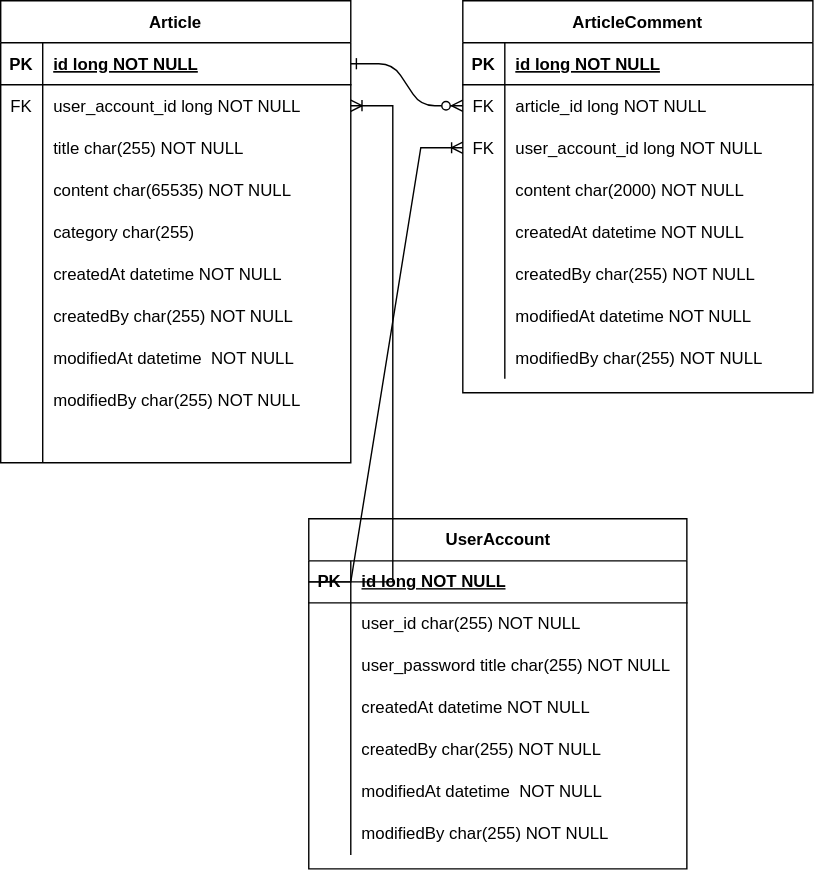
The draw.io diagram document/erd.svg in ksw13/bootmoa, before a commit. Source tidied: cells renumbered, new cells last; positions are measured from the earlier drawing's top-left corner, leaving out a move shared by most shapes.
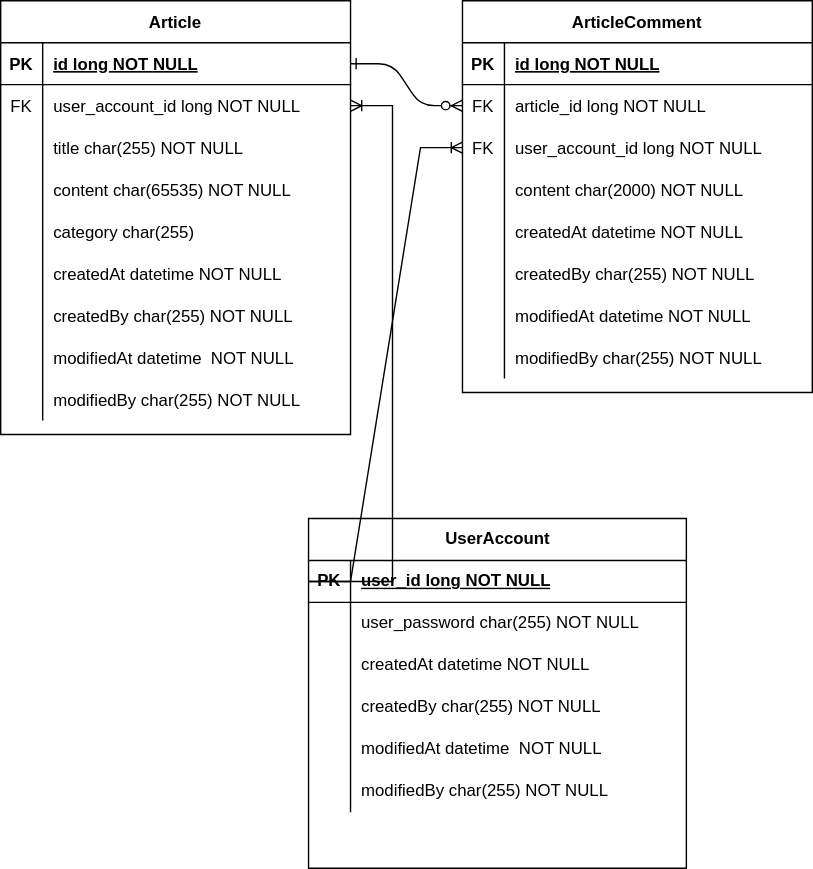
After the commit.

Change to the diagram source:
```diff
@@ -81,7 +81,7 @@
       <mxGeometry x="30" width="220" height="30" as="geometry" />
     </mxCell>
     <mxCell id="28" value="Article" style="shape=table;startSize=30;rowLines=0;fontStyle=1;align=center;" parent="1" vertex="1">
-      <mxGeometry width="250" height="330" as="geometry" />
+      <mxGeometry width="250" height="310" as="geometry" />
     </mxCell>
     <mxCell id="29" style="shape=partialRectangle;fillColor=none;points=[[0,0.5],[1,0.5]];portConstraint=eastwest;top=0;left=0;right=0;bottom=1;" parent="28" vertex="1">
       <mxGeometry y="30" width="250" height="30" as="geometry" />
@@ -164,15 +164,6 @@
     <mxCell id="55" value="modifiedBy char(255) NOT NULL" style="shape=partialRectangle;overflow=hidden;fillColor=none;top=0;left=0;bottom=0;right=0;align=left;spacingLeft=6;" parent="53" vertex="1">
       <mxGeometry x="30" width="220" height="30" as="geometry" />
     </mxCell>
-    <mxCell id="56" style="shape=partialRectangle;fillColor=none;top=0;left=0;right=0;bottom=0;" parent="28" vertex="1">
-      <mxGeometry y="300" width="250" height="30" as="geometry" />
-    </mxCell>
-    <mxCell id="57" style="shape=partialRectangle;overflow=hidden;fillColor=none;top=0;left=0;bottom=0;right=0;" parent="56" vertex="1">
-      <mxGeometry width="30" height="30" as="geometry" />
-    </mxCell>
-    <mxCell id="58" style="shape=partialRectangle;overflow=hidden;fillColor=none;top=0;left=0;bottom=0;right=0;align=left;spacingLeft=6;" parent="56" vertex="1">
-      <mxGeometry x="30" width="220" height="30" as="geometry" />
-    </mxCell>
     <mxCell id="59" value="UserAccount" style="shape=table;startSize=30;rowLines=0;fontStyle=1;align=center;html=1;" parent="1" vertex="1">
       <mxGeometry x="220" y="370" width="270" height="250" as="geometry" />
     </mxCell>
@@ -182,29 +173,20 @@
     <mxCell id="61" value="PK" style="shape=partialRectangle;fillColor=none;top=0;left=0;bottom=0;right=0;fontStyle=1;overflow=hidden;whiteSpace=wrap;html=1;" parent="60" vertex="1">
       <mxGeometry width="30" height="30" as="geometry" />
     </mxCell>
-    <mxCell id="62" value="id long NOT NULL" style="shape=partialRectangle;fillColor=none;top=0;left=0;bottom=0;right=0;align=left;spacingLeft=6;fontStyle=5;overflow=hidden;whiteSpace=wrap;html=1;" parent="60" vertex="1">
+    <mxCell id="62" value="user_id long NOT NULL" style="shape=partialRectangle;fillColor=none;top=0;left=0;bottom=0;right=0;align=left;spacingLeft=6;fontStyle=5;overflow=hidden;whiteSpace=wrap;html=1;" parent="60" vertex="1">
       <mxGeometry x="30" width="240" height="30" as="geometry" />
     </mxCell>
-    <mxCell id="63" style="shape=tableRow;horizontal=0;startSize=0;swimlaneHead=0;swimlaneBody=0;fillColor=none;top=0;left=0;right=0;bottom=0;" parent="59" vertex="1">
-      <mxGeometry y="60" width="270" height="30" as="geometry" />
-    </mxCell>
-    <mxCell id="64" style="shape=partialRectangle;fillColor=none;top=0;left=0;bottom=0;right=0;overflow=hidden;whiteSpace=wrap;html=1;" parent="63" vertex="1">
-      <mxGeometry width="30" height="30" as="geometry" />
-    </mxCell>
-    <mxCell id="65" value="user_id char(255) NOT NULL" style="shape=partialRectangle;fillColor=none;top=0;left=0;bottom=0;right=0;align=left;spacingLeft=6;overflow=hidden;whiteSpace=wrap;html=1;" parent="63" vertex="1">
-      <mxGeometry x="30" width="240" height="30" as="geometry" />
-    </mxCell>
     <mxCell id="66" style="shape=tableRow;horizontal=0;startSize=0;swimlaneHead=0;swimlaneBody=0;fillColor=none;top=0;left=0;right=0;bottom=0;" parent="59" vertex="1">
-      <mxGeometry y="90" width="270" height="30" as="geometry" />
+      <mxGeometry y="60" width="270" height="30" as="geometry" />
     </mxCell>
     <mxCell id="67" style="shape=partialRectangle;fillColor=none;top=0;left=0;bottom=0;right=0;overflow=hidden;whiteSpace=wrap;html=1;" parent="66" vertex="1">
       <mxGeometry width="30" height="30" as="geometry" />
     </mxCell>
-    <mxCell id="68" value="user_password&amp;nbsp;title char(255) NOT NULL" style="shape=partialRectangle;fillColor=none;top=0;left=0;bottom=0;right=0;align=left;spacingLeft=6;overflow=hidden;whiteSpace=wrap;html=1;" parent="66" vertex="1">
+    <mxCell id="68" value="user_password char(255) NOT NULL" style="shape=partialRectangle;fillColor=none;top=0;left=0;bottom=0;right=0;align=left;spacingLeft=6;overflow=hidden;whiteSpace=wrap;html=1;" parent="66" vertex="1">
       <mxGeometry x="30" width="240" height="30" as="geometry" />
     </mxCell>
     <mxCell id="69" style="shape=tableRow;horizontal=0;startSize=0;swimlaneHead=0;swimlaneBody=0;fillColor=none;top=0;left=0;right=0;bottom=0;" parent="59" vertex="1">
-      <mxGeometry y="120" width="270" height="30" as="geometry" />
+      <mxGeometry y="90" width="270" height="30" as="geometry" />
     </mxCell>
     <mxCell id="70" style="shape=partialRectangle;fillColor=none;top=0;left=0;bottom=0;right=0;overflow=hidden;whiteSpace=wrap;html=1;" parent="69" vertex="1">
       <mxGeometry width="30" height="30" as="geometry" />
@@ -213,7 +195,7 @@
       <mxGeometry x="30" width="240" height="30" as="geometry" />
     </mxCell>
     <mxCell id="72" style="shape=tableRow;horizontal=0;startSize=0;swimlaneHead=0;swimlaneBody=0;fillColor=none;top=0;left=0;right=0;bottom=0;" parent="59" vertex="1">
-      <mxGeometry y="150" width="270" height="30" as="geometry" />
+      <mxGeometry y="120" width="270" height="30" as="geometry" />
     </mxCell>
     <mxCell id="73" style="shape=partialRectangle;fillColor=none;top=0;left=0;bottom=0;right=0;overflow=hidden;whiteSpace=wrap;html=1;" parent="72" vertex="1">
       <mxGeometry width="30" height="30" as="geometry" />
@@ -222,7 +204,7 @@
       <mxGeometry x="30" width="240" height="30" as="geometry" />
     </mxCell>
     <mxCell id="75" style="shape=tableRow;horizontal=0;startSize=0;swimlaneHead=0;swimlaneBody=0;fillColor=none;top=0;left=0;right=0;bottom=0;" parent="59" vertex="1">
-      <mxGeometry y="180" width="270" height="30" as="geometry" />
+      <mxGeometry y="150" width="270" height="30" as="geometry" />
     </mxCell>
     <mxCell id="76" style="shape=partialRectangle;fillColor=none;top=0;left=0;bottom=0;right=0;overflow=hidden;whiteSpace=wrap;html=1;" parent="75" vertex="1">
       <mxGeometry width="30" height="30" as="geometry" />
@@ -231,7 +213,7 @@
       <mxGeometry x="30" width="240" height="30" as="geometry" />
     </mxCell>
     <mxCell id="78" style="shape=tableRow;horizontal=0;startSize=0;swimlaneHead=0;swimlaneBody=0;fillColor=none;top=0;left=0;right=0;bottom=0;" parent="59" vertex="1">
-      <mxGeometry y="210" width="270" height="30" as="geometry" />
+      <mxGeometry y="180" width="270" height="30" as="geometry" />
     </mxCell>
     <mxCell id="79" style="shape=partialRectangle;fillColor=none;top=0;left=0;bottom=0;right=0;overflow=hidden;whiteSpace=wrap;html=1;" parent="78" vertex="1">
       <mxGeometry width="30" height="30" as="geometry" />
```
